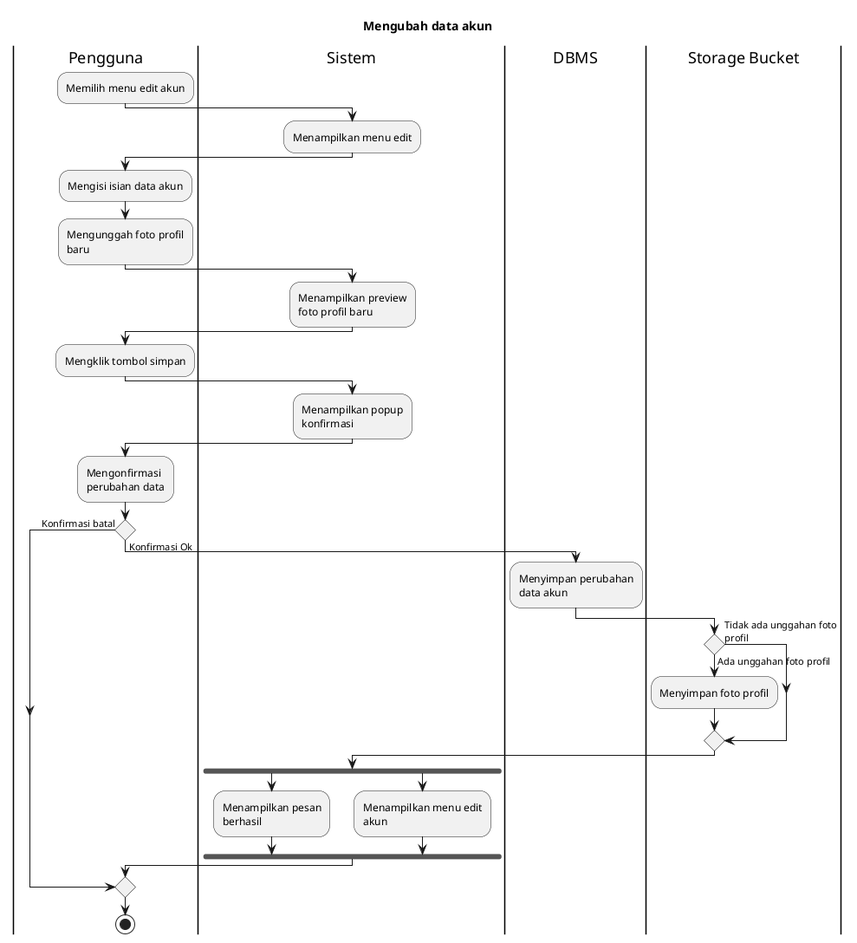
Before: export/Activity Diagrams/UC-MGACCOUNT - Manajemen Akun/UC-MGACCOUNT-001 - Mengubah data akun.png, a diagram exported from PlantUML (bagusNA/appl-diagrams).
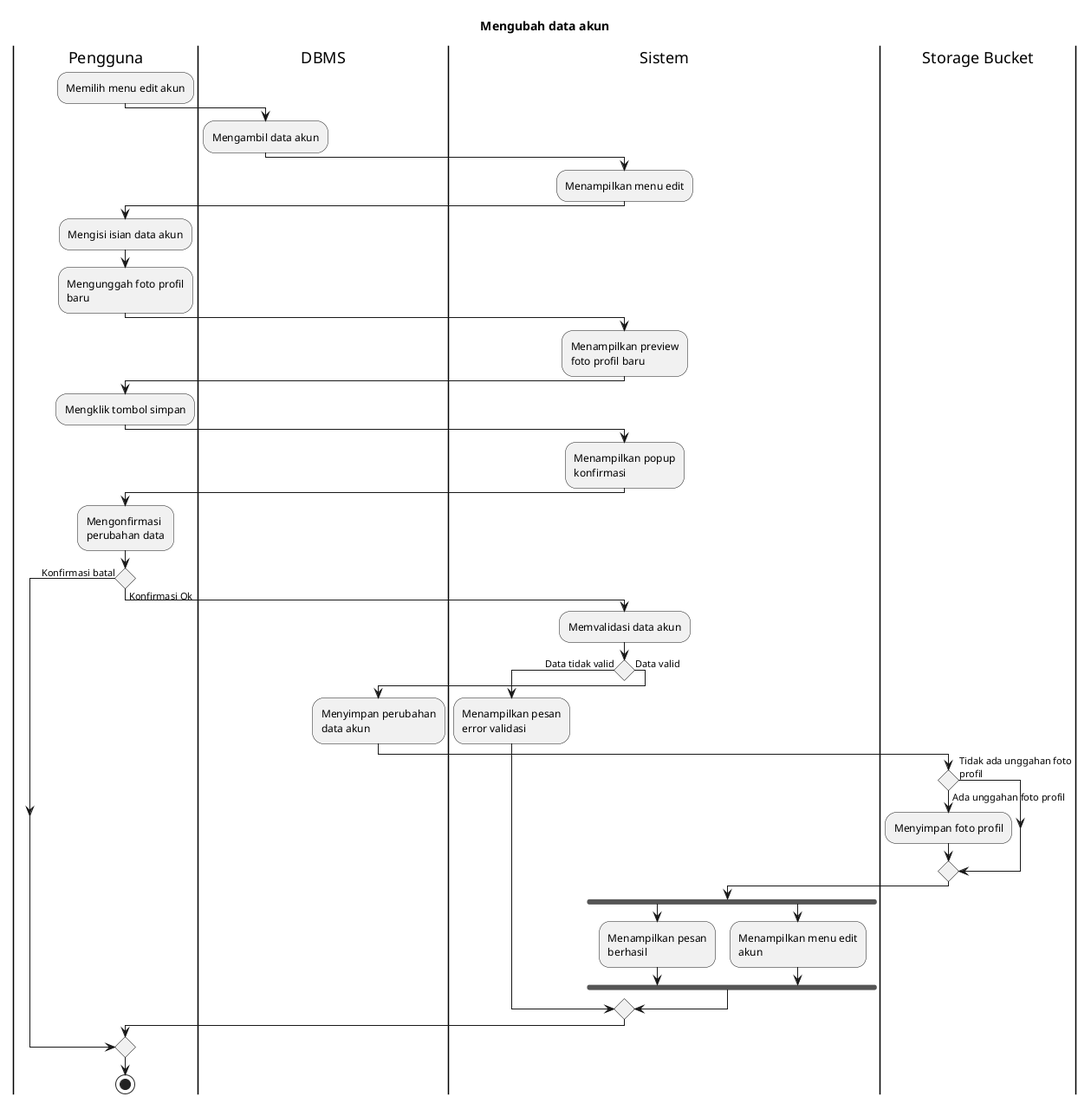
After the commit.

What changed in the source:
```diff
@@ -5,6 +5,9 @@
 
 |Pengguna|
 :Memilih menu edit akun;
+
+|DBMS|
+:Mengambil data akun;
 
 |Sistem|
 :Menampilkan menu edit;
@@ -27,21 +30,29 @@
 
 if () then (Konfirmasi batal)
 else (Konfirmasi Ok)
-  |DBMS|
-  :Menyimpan perubahan data akun;
+  |Sistem|
+  :Memvalidasi data akun;
 
-  |Storage Bucket|
-  if () then (Tidak ada unggahan foto profil)
-  else (Ada unggahan foto profil)
-    :Menyimpan foto profil;
+  if () then (Data tidak valid)
+    |Sistem|
+    :Menampilkan pesan error validasi;
+  else (Data valid)
+    |DBMS|
+    :Menyimpan perubahan data akun;
+
+    |Storage Bucket|
+    if () then (Tidak ada unggahan foto profil)
+    else (Ada unggahan foto profil)
+      :Menyimpan foto profil;
+    endif
+
+    |Sistem|
+    fork
+      :Menampilkan pesan berhasil;
+    fork again
+      :Menampilkan menu edit akun;
+    endfork
   endif
-
-  |Sistem|
-  fork
-    :Menampilkan pesan berhasil;
-  fork again
-    :Menampilkan menu edit akun;
-  endfork
 endif
 
 |Pengguna|
```
